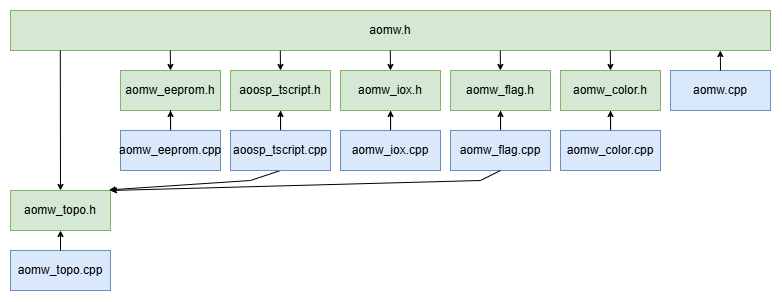
Above: extras/aomw-modules.drawio.png in ams-OSRAM/OSP_aomw (draw.io), before the change. Source tidied: cells renumbered, new cells last; positions are measured from the earlier drawing's top-left corner, leaving out a move shared by most shapes.
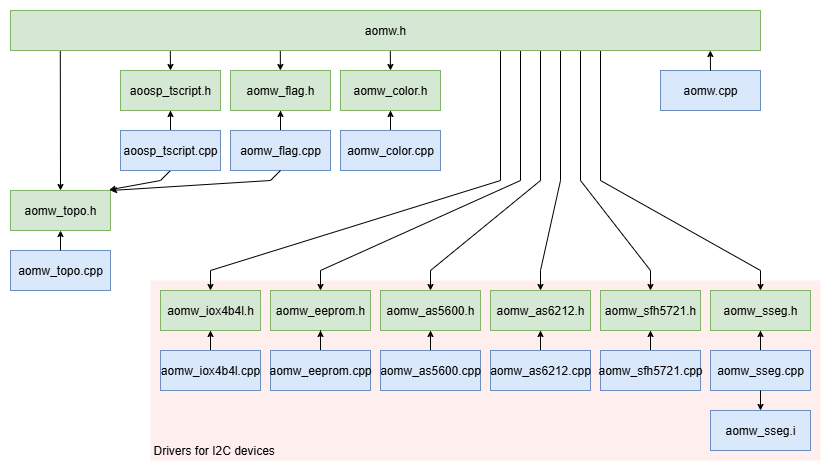
After the commit.

The edit, as a diff of the source:
```diff
@@ -2,119 +2,208 @@
   <root>
     <mxCell id="0" />
     <mxCell id="1" parent="0" />
+    <mxCell id="32" value="Drivers for I2C devices" style="rounded=0;whiteSpace=wrap;html=1;fillColor=#FFEEEE;strokeColor=none;align=left;verticalAlign=bottom;spacing=3.937;" parent="1" vertex="1">
+      <mxGeometry x="110" y="270" width="670" height="180" as="geometry" />
+    </mxCell>
     <mxCell id="2" value="aomw_topo.h" style="rounded=0;whiteSpace=wrap;html=1;fillColor=#d5e8d4;strokeColor=#82b366;" parent="1" vertex="1">
-      <mxGeometry y="180" width="100" height="40" as="geometry" />
+      <mxGeometry x="-30" y="180" width="100" height="40" as="geometry" />
     </mxCell>
     <mxCell id="3" value="aomw_eeprom.h" style="rounded=0;whiteSpace=wrap;html=1;fillColor=#d5e8d4;strokeColor=#82b366;" parent="1" vertex="1">
-      <mxGeometry x="110" y="60" width="100" height="40" as="geometry" />
+      <mxGeometry x="230" y="280" width="100" height="40" as="geometry" />
     </mxCell>
-    <mxCell id="4" value="aomw.h" style="rounded=0;whiteSpace=wrap;html=1;fillColor=#d5e8d4;strokeColor=#82b366;" parent="1" vertex="1">
-      <mxGeometry width="760" height="40" as="geometry" />
-    </mxCell>
     <mxCell id="5" value="aomw_topo.cpp" style="rounded=0;whiteSpace=wrap;html=1;fillColor=#dae8fc;strokeColor=#6c8ebf;" parent="1" vertex="1">
-      <mxGeometry y="240" width="100" height="40" as="geometry" />
+      <mxGeometry x="-30" y="240" width="100" height="40" as="geometry" />
     </mxCell>
     <mxCell id="6" style="edgeStyle=orthogonalEdgeStyle;rounded=0;jettySize=auto;html=1;endSize=4;startSize=4;" parent="1" edge="1" source="7" target="14">
       <mxGeometry relative="1" as="geometry" />
     </mxCell>
-    <mxCell id="7" value="aomw_iox.cpp" style="rounded=0;whiteSpace=wrap;html=1;fillColor=#dae8fc;strokeColor=#6c8ebf;" parent="1" vertex="1">
-      <mxGeometry x="330" y="120" width="100" height="40" as="geometry" />
+    <mxCell id="7" value="aomw_iox4b4l.cpp" style="rounded=0;whiteSpace=wrap;html=1;fillColor=#dae8fc;strokeColor=#6c8ebf;" parent="1" vertex="1">
+      <mxGeometry x="120" y="340" width="100" height="40" as="geometry" />
     </mxCell>
     <mxCell id="8" style="edgeStyle=orthogonalEdgeStyle;rounded=0;jettySize=auto;html=1;entryX=0.5;entryY=1;entryDx=0;entryDy=0;endSize=4;startSize=4;" parent="1" edge="1" source="9" target="3">
       <mxGeometry relative="1" as="geometry" />
     </mxCell>
     <mxCell id="9" value="aomw_eeprom.cpp" style="rounded=0;whiteSpace=wrap;html=1;fillColor=#dae8fc;strokeColor=#6c8ebf;" parent="1" vertex="1">
-      <mxGeometry x="110" y="120" width="100" height="40" as="geometry" />
+      <mxGeometry x="230" y="340" width="100" height="40" as="geometry" />
     </mxCell>
     <mxCell id="10" style="edgeStyle=orthogonalEdgeStyle;rounded=0;jettySize=auto;html=1;entryX=0.5;entryY=1;entryDx=0;entryDy=0;endSize=4;startSize=4;" parent="1" edge="1" source="11" target="23">
       <mxGeometry relative="1" as="geometry" />
     </mxCell>
     <mxCell id="11" value="aomw_flag.cpp" style="rounded=0;whiteSpace=wrap;html=1;fillColor=#dae8fc;strokeColor=#6c8ebf;" parent="1" vertex="1">
-      <mxGeometry x="440" y="120" width="100" height="40" as="geometry" />
+      <mxGeometry x="190" y="120" width="100" height="40" as="geometry" />
     </mxCell>
     <mxCell id="12" style="rounded=0;jettySize=auto;html=1;entryX=0.986;entryY=-0.015;entryDx=0;entryDy=0;exitX=0.5;exitY=1;exitDx=0;exitDy=0;entryPerimeter=0;endSize=4;startSize=4;" parent="1" edge="1" source="25" target="2">
       <mxGeometry relative="1" as="geometry">
         <Array as="points">
-          <mxPoint x="240" y="170" />
+          <mxPoint x="120" y="170" />
         </Array>
       </mxGeometry>
     </mxCell>
     <mxCell id="13" style="rounded=0;jettySize=auto;html=1;exitX=0.5;exitY=1;exitDx=0;exitDy=0;endSize=4;startSize=4;entryX=1;entryY=0;entryDx=0;entryDy=0;" parent="1" edge="1" source="11" target="2">
       <mxGeometry relative="1" as="geometry">
         <Array as="points">
-          <mxPoint x="470" y="170" />
+          <mxPoint x="230" y="170" />
         </Array>
       </mxGeometry>
     </mxCell>
-    <mxCell id="14" value="aomw_iox.h" style="rounded=0;whiteSpace=wrap;html=1;fillColor=#d5e8d4;strokeColor=#82b366;" parent="1" vertex="1">
-      <mxGeometry x="330" y="60" width="100" height="40" as="geometry" />
+    <mxCell id="14" value="aomw_iox4b4l.h" style="rounded=0;whiteSpace=wrap;html=1;fillColor=#d5e8d4;strokeColor=#82b366;" parent="1" vertex="1">
+      <mxGeometry x="120" y="280" width="100" height="40" as="geometry" />
     </mxCell>
     <mxCell id="15" style="rounded=0;jettySize=auto;html=1;entryX=0.5;entryY=1;entryDx=0;entryDy=0;exitX=0.5;exitY=0;exitDx=0;exitDy=0;endSize=4;startSize=4;" parent="1" edge="1" source="5" target="2">
       <mxGeometry relative="1" as="geometry" />
     </mxCell>
     <mxCell id="16" style="rounded=0;jettySize=auto;html=1;entryX=0.5;entryY=0;entryDx=0;entryDy=0;endSize=4;startSize=4;" parent="1" edge="1" target="3">
       <mxGeometry relative="1" as="geometry">
-        <mxPoint x="159.8" y="40" as="sourcePoint" />
+        <mxPoint x="480" y="10" as="sourcePoint" />
+        <Array as="points">
+          <mxPoint x="480" y="170" />
+          <mxPoint x="280" y="260" />
+        </Array>
       </mxGeometry>
     </mxCell>
     <mxCell id="17" style="rounded=0;jettySize=auto;html=1;entryX=0.5;entryY=0;entryDx=0;entryDy=0;endSize=4;startSize=4;" parent="1" edge="1" target="2">
       <mxGeometry relative="1" as="geometry">
-        <mxPoint x="49.8" y="40" as="sourcePoint" />
+        <mxPoint x="19.8" y="40" as="sourcePoint" />
       </mxGeometry>
     </mxCell>
     <mxCell id="18" style="rounded=0;jettySize=auto;html=1;entryX=0.5;entryY=0;entryDx=0;entryDy=0;endSize=4;startSize=4;" parent="1" edge="1" target="14">
       <mxGeometry relative="1" as="geometry">
-        <mxPoint x="379.8" y="40" as="sourcePoint" />
+        <mxPoint x="460" y="10" as="sourcePoint" />
+        <Array as="points">
+          <mxPoint x="460" y="170" />
+          <mxPoint x="170" y="260" />
+        </Array>
       </mxGeometry>
     </mxCell>
     <mxCell id="19" style="rounded=0;jettySize=auto;html=1;" parent="1" edge="1" source="23">
       <mxGeometry relative="1" as="geometry">
-        <mxPoint x="489.8" y="80" as="targetPoint" />
+        <mxPoint x="239.8" y="80" as="targetPoint" />
       </mxGeometry>
     </mxCell>
     <mxCell id="20" value="aomw&lt;span style=&quot;background-color: initial;&quot;&gt;.cpp&lt;/span&gt;" style="rounded=0;whiteSpace=wrap;html=1;fillColor=#dae8fc;strokeColor=#6c8ebf;" parent="1" vertex="1">
-      <mxGeometry x="660" y="60" width="100" height="40" as="geometry" />
+      <mxGeometry x="620" y="60" width="100" height="40" as="geometry" />
     </mxCell>
     <mxCell id="21" style="rounded=0;jettySize=auto;html=1;exitX=0.5;exitY=0;exitDx=0;exitDy=0;endSize=4;startSize=4;" parent="1" edge="1" source="20">
       <mxGeometry relative="1" as="geometry">
-        <mxPoint x="709.8" y="40" as="targetPoint" />
+        <mxPoint x="669.8" y="40" as="targetPoint" />
       </mxGeometry>
     </mxCell>
     <mxCell id="22" style="rounded=0;jettySize=auto;html=1;endSize=4;startSize=4;" parent="1" edge="1" target="23">
       <mxGeometry relative="1" as="geometry">
-        <mxPoint x="489.8" y="40" as="sourcePoint" />
+        <mxPoint x="239.8" y="40" as="sourcePoint" />
       </mxGeometry>
     </mxCell>
     <mxCell id="23" value="aomw_flag.h" style="rounded=0;whiteSpace=wrap;html=1;fillColor=#d5e8d4;strokeColor=#82b366;" parent="1" vertex="1">
-      <mxGeometry x="440" y="60" width="100" height="40" as="geometry" />
+      <mxGeometry x="190" y="60" width="100" height="40" as="geometry" />
     </mxCell>
     <mxCell id="24" style="edgeStyle=orthogonalEdgeStyle;rounded=0;jettySize=auto;html=1;endSize=4;startSize=4;" parent="1" edge="1" source="25" target="26">
       <mxGeometry relative="1" as="geometry" />
     </mxCell>
     <mxCell id="25" value="aoosp_tscript.cpp" style="rounded=0;whiteSpace=wrap;html=1;fillColor=#dae8fc;strokeColor=#6c8ebf;" parent="1" vertex="1">
-      <mxGeometry x="220" y="120" width="100" height="40" as="geometry" />
+      <mxGeometry x="80" y="120" width="100" height="40" as="geometry" />
     </mxCell>
     <mxCell id="26" value="aoosp_tscript.h" style="rounded=0;whiteSpace=wrap;html=1;fillColor=#d5e8d4;strokeColor=#82b366;" parent="1" vertex="1">
-      <mxGeometry x="220" y="60" width="100" height="40" as="geometry" />
+      <mxGeometry x="80" y="60" width="100" height="40" as="geometry" />
     </mxCell>
     <mxCell id="27" style="rounded=0;jettySize=auto;html=1;entryX=0.5;entryY=0;entryDx=0;entryDy=0;endSize=4;startSize=4;" parent="1" edge="1" target="26">
       <mxGeometry relative="1" as="geometry">
-        <mxPoint x="269.8" y="40" as="sourcePoint" />
+        <mxPoint x="129.8" y="40" as="sourcePoint" />
       </mxGeometry>
     </mxCell>
     <mxCell id="28" style="edgeStyle=orthogonalEdgeStyle;rounded=0;jettySize=auto;html=1;endSize=4;startSize=4;" parent="1" edge="1" source="29" target="30">
       <mxGeometry relative="1" as="geometry" />
     </mxCell>
     <mxCell id="29" value="aomw_color.cpp" style="rounded=0;whiteSpace=wrap;html=1;fillColor=#dae8fc;strokeColor=#6c8ebf;" parent="1" vertex="1">
-      <mxGeometry x="550" y="120" width="100" height="40" as="geometry" />
+      <mxGeometry x="300" y="120" width="100" height="40" as="geometry" />
     </mxCell>
     <mxCell id="30" value="aomw_color.h" style="rounded=0;whiteSpace=wrap;html=1;fillColor=#d5e8d4;strokeColor=#82b366;" parent="1" vertex="1">
-      <mxGeometry x="550" y="60" width="100" height="40" as="geometry" />
+      <mxGeometry x="300" y="60" width="100" height="40" as="geometry" />
     </mxCell>
     <mxCell id="31" style="rounded=0;jettySize=auto;html=1;entryX=0.5;entryY=0;entryDx=0;entryDy=0;endSize=4;startSize=4;" parent="1" edge="1" target="30">
       <mxGeometry relative="1" as="geometry">
-        <mxPoint x="599.8" y="40" as="sourcePoint" />
+        <mxPoint x="349.8" y="40" as="sourcePoint" />
       </mxGeometry>
     </mxCell>
+    <mxCell id="33" style="edgeStyle=orthogonalEdgeStyle;rounded=0;jettySize=auto;html=1;endSize=4;startSize=4;" parent="1" edge="1" source="34" target="35">
+      <mxGeometry relative="1" as="geometry" />
+    </mxCell>
+    <mxCell id="34" value="aomw_as5600.cpp" style="rounded=0;whiteSpace=wrap;html=1;fillColor=#dae8fc;strokeColor=#6c8ebf;" parent="1" vertex="1">
+      <mxGeometry x="340" y="340" width="100" height="40" as="geometry" />
+    </mxCell>
+    <mxCell id="35" value="aomw_as5600.h" style="rounded=0;whiteSpace=wrap;html=1;fillColor=#d5e8d4;strokeColor=#82b366;" parent="1" vertex="1">
+      <mxGeometry x="340" y="280" width="100" height="40" as="geometry" />
+    </mxCell>
+    <mxCell id="36" style="rounded=0;jettySize=auto;html=1;entryX=0.5;entryY=0;entryDx=0;entryDy=0;endSize=4;startSize=4;" parent="1" edge="1" target="35">
+      <mxGeometry relative="1" as="geometry">
+        <mxPoint x="500" y="10" as="sourcePoint" />
+        <Array as="points">
+          <mxPoint x="500" y="170" />
+          <mxPoint x="390" y="260" />
+        </Array>
+      </mxGeometry>
+    </mxCell>
+    <mxCell id="37" style="edgeStyle=orthogonalEdgeStyle;rounded=0;jettySize=auto;html=1;endSize=4;startSize=4;" parent="1" edge="1" source="38" target="39">
+      <mxGeometry relative="1" as="geometry" />
+    </mxCell>
+    <mxCell id="38" value="aomw_as6212.cpp" style="rounded=0;whiteSpace=wrap;html=1;fillColor=#dae8fc;strokeColor=#6c8ebf;" parent="1" vertex="1">
+      <mxGeometry x="450" y="340" width="100" height="40" as="geometry" />
+    </mxCell>
+    <mxCell id="39" value="aomw_as6212.h" style="rounded=0;whiteSpace=wrap;html=1;fillColor=#d5e8d4;strokeColor=#82b366;" parent="1" vertex="1">
+      <mxGeometry x="450" y="280" width="100" height="40" as="geometry" />
+    </mxCell>
+    <mxCell id="40" style="rounded=0;jettySize=auto;html=1;entryX=0.5;entryY=0;entryDx=0;entryDy=0;endSize=4;startSize=4;" parent="1" edge="1" target="39">
+      <mxGeometry relative="1" as="geometry">
+        <mxPoint x="520" y="10" as="sourcePoint" />
+        <Array as="points">
+          <mxPoint x="520" y="170" />
+          <mxPoint x="500" y="260" />
+        </Array>
+      </mxGeometry>
+    </mxCell>
+    <mxCell id="41" style="edgeStyle=orthogonalEdgeStyle;rounded=0;jettySize=auto;html=1;endSize=4;startSize=4;" parent="1" edge="1" source="42" target="43">
+      <mxGeometry relative="1" as="geometry" />
+    </mxCell>
+    <mxCell id="42" value="aomw_sfh5721.cpp" style="rounded=0;whiteSpace=wrap;html=1;fillColor=#dae8fc;strokeColor=#6c8ebf;" parent="1" vertex="1">
+      <mxGeometry x="560" y="340" width="100" height="40" as="geometry" />
+    </mxCell>
+    <mxCell id="43" value="aomw_sfh5721.h" style="rounded=0;whiteSpace=wrap;html=1;fillColor=#d5e8d4;strokeColor=#82b366;" parent="1" vertex="1">
+      <mxGeometry x="560" y="280" width="100" height="40" as="geometry" />
+    </mxCell>
+    <mxCell id="44" style="rounded=0;jettySize=auto;html=1;entryX=0.5;entryY=0;entryDx=0;entryDy=0;endSize=4;startSize=4;" parent="1" edge="1" target="43">
+      <mxGeometry relative="1" as="geometry">
+        <mxPoint x="540" y="10" as="sourcePoint" />
+        <Array as="points">
+          <mxPoint x="540" y="170" />
+          <mxPoint x="610" y="260" />
+        </Array>
+      </mxGeometry>
+    </mxCell>
+    <mxCell id="45" style="edgeStyle=orthogonalEdgeStyle;rounded=0;jettySize=auto;html=1;endSize=4;startSize=4;" parent="1" edge="1" source="46" target="47">
+      <mxGeometry relative="1" as="geometry" />
+    </mxCell>
+    <mxCell id="46" value="aomw_sseg.cpp" style="rounded=0;whiteSpace=wrap;html=1;fillColor=#dae8fc;strokeColor=#6c8ebf;" parent="1" vertex="1">
+      <mxGeometry x="670" y="340" width="100" height="40" as="geometry" />
+    </mxCell>
+    <mxCell id="47" value="aomw_sseg.h" style="rounded=0;whiteSpace=wrap;html=1;fillColor=#d5e8d4;strokeColor=#82b366;" parent="1" vertex="1">
+      <mxGeometry x="670" y="280" width="100" height="40" as="geometry" />
+    </mxCell>
+    <mxCell id="48" style="rounded=0;jettySize=auto;html=1;entryX=0.5;entryY=0;entryDx=0;entryDy=0;endSize=4;startSize=4;" parent="1" edge="1" target="47">
+      <mxGeometry relative="1" as="geometry">
+        <mxPoint x="560" y="10" as="sourcePoint" />
+        <Array as="points">
+          <mxPoint x="560" y="170" />
+          <mxPoint x="720" y="260" />
+        </Array>
+      </mxGeometry>
+    </mxCell>
+    <mxCell id="49" value="aomw_sseg.i" style="rounded=0;whiteSpace=wrap;html=1;fillColor=#dae8fc;strokeColor=#6c8ebf;" parent="1" vertex="1">
+      <mxGeometry x="670" y="400" width="100" height="40" as="geometry" />
+    </mxCell>
+    <mxCell id="50" style="edgeStyle=orthogonalEdgeStyle;rounded=0;jettySize=auto;html=1;endSize=4;startSize=4;exitX=0.5;exitY=1;exitDx=0;exitDy=0;entryX=0.5;entryY=0;entryDx=0;entryDy=0;" parent="1" edge="1" source="46" target="49">
+      <mxGeometry relative="1" as="geometry" />
+    </mxCell>
+    <mxCell id="4" value="aomw.h" style="rounded=0;whiteSpace=wrap;html=1;fillColor=#d5e8d4;strokeColor=#82b366;" parent="1" vertex="1">
+      <mxGeometry x="-30" width="750" height="40" as="geometry" />
+    </mxCell>
   </root>
 </mxGraphModel>
```
